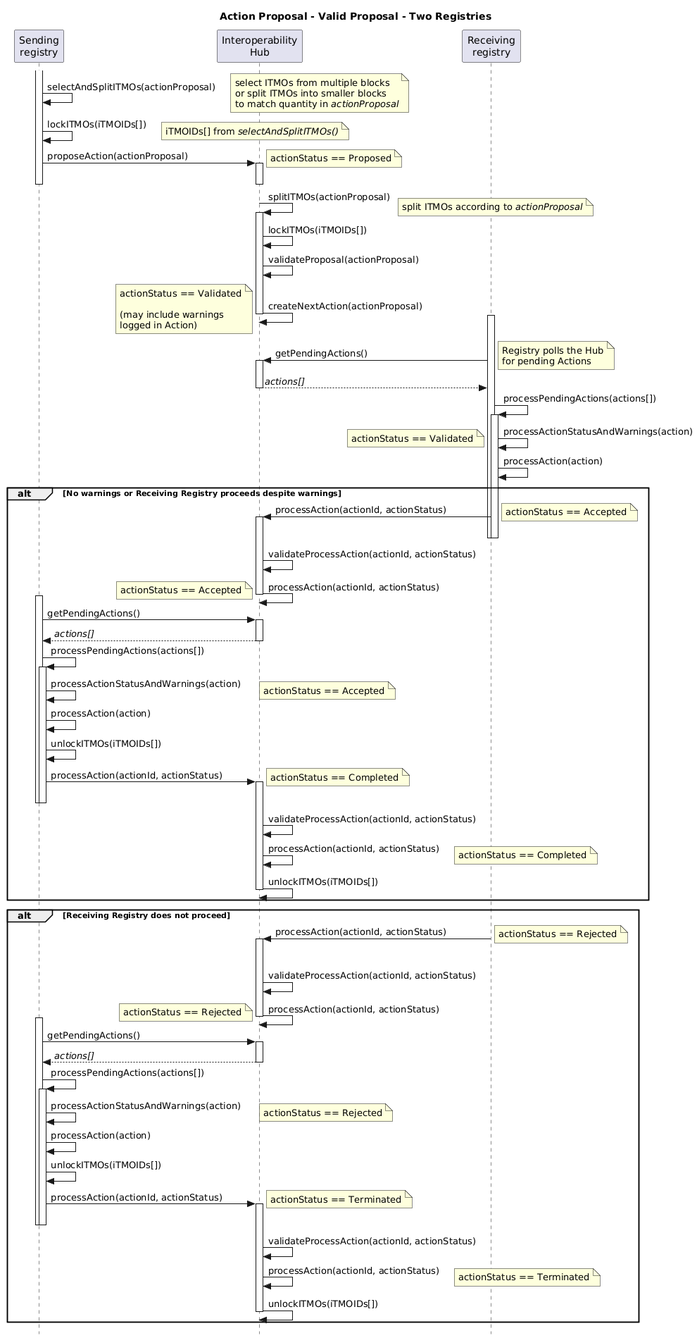
This is diagrams/actionProposal_Valid_TwoReg_Sequence.png from frankcnng/CARP, a PlantUML export, as it was before one commit.
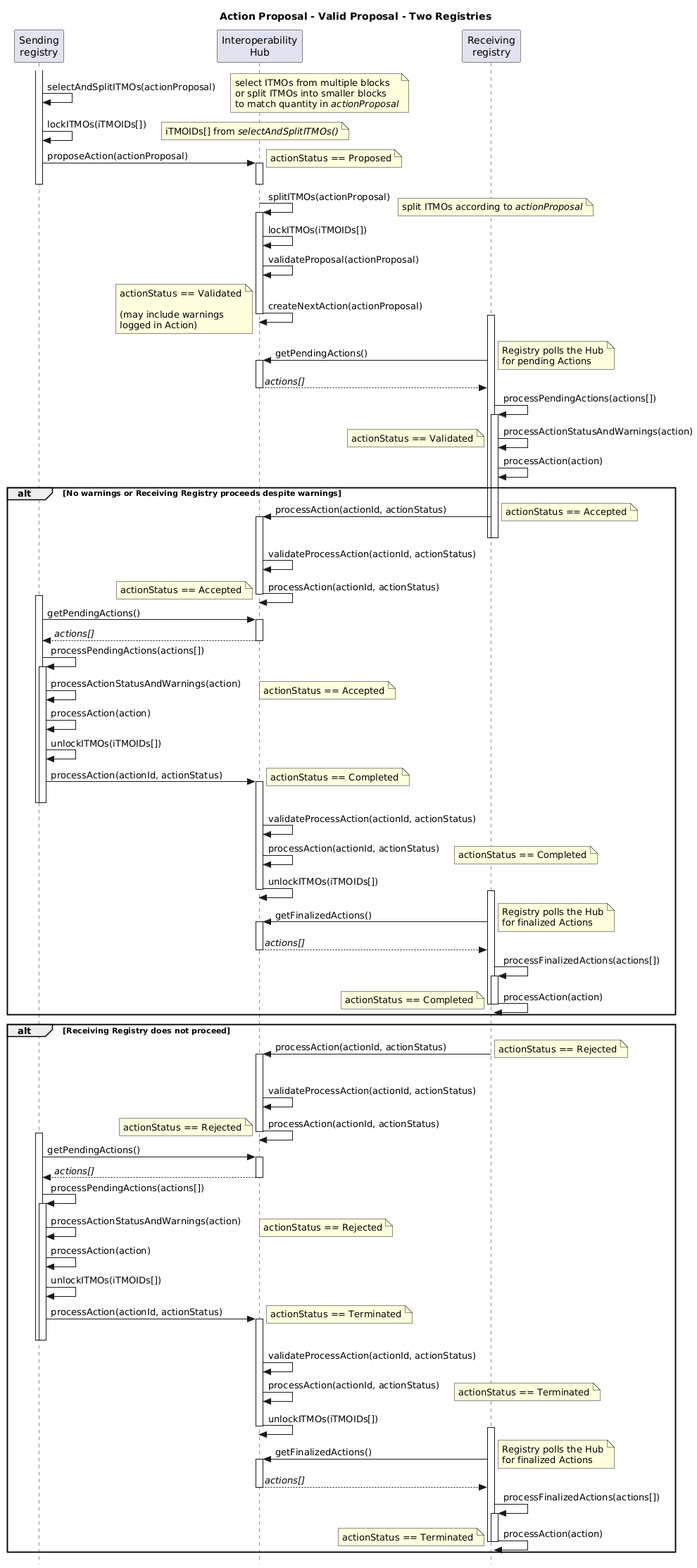
Above is the later version.

Commit message:
Commit from GitHub Actions (Run linters and build artifacts)

The edit, as a diff of the source:
```diff
@@ -29,7 +29,7 @@
 
 activate Receiver
 Receiver -> Hub++: getPendingActions()
-note right: Registry polls the Hub\nfor pending Actions
+  note right: Registry polls the Hub\nfor pending Actions
 
 Receiver <-- Hub: //actions[]//
 deactivate Hub
@@ -72,6 +72,18 @@
   note right: actionStatus == Completed
   Hub -> Hub--: unlockITMOs(iTMOIDs[])
 
+  activate Receiver
+  Receiver -> Hub++: getFinalizedActions()
+    note right: Registry polls the Hub\nfor finalized Actions
+
+  Receiver <-- Hub: //actions[]//
+  deactivate Hub
+
+  Receiver -> Receiver: processFinalizedActions(actions[])
+  activate Receiver
+  Receiver -> Receiver--: processAction(action)
+  note left: actionStatus == Completed
+  deactivate Receiver
 end
 
 alt Receiving Registry does not proceed
@@ -109,6 +121,18 @@
   note right: actionStatus == Terminated
   Hub -> Hub--: unlockITMOs(iTMOIDs[])
 
+  activate Receiver
+  Receiver -> Hub++: getFinalizedActions()
+    note right: Registry polls the Hub\nfor finalized Actions
+
+  Receiver <-- Hub: //actions[]//
+  deactivate Hub
+
+  Receiver -> Receiver: processFinalizedActions(actions[])
+  activate Receiver
+  Receiver -> Receiver--: processAction(action)
+  note left: actionStatus == Terminated
+  deactivate Receiver
 end
 
 @enduml
```
